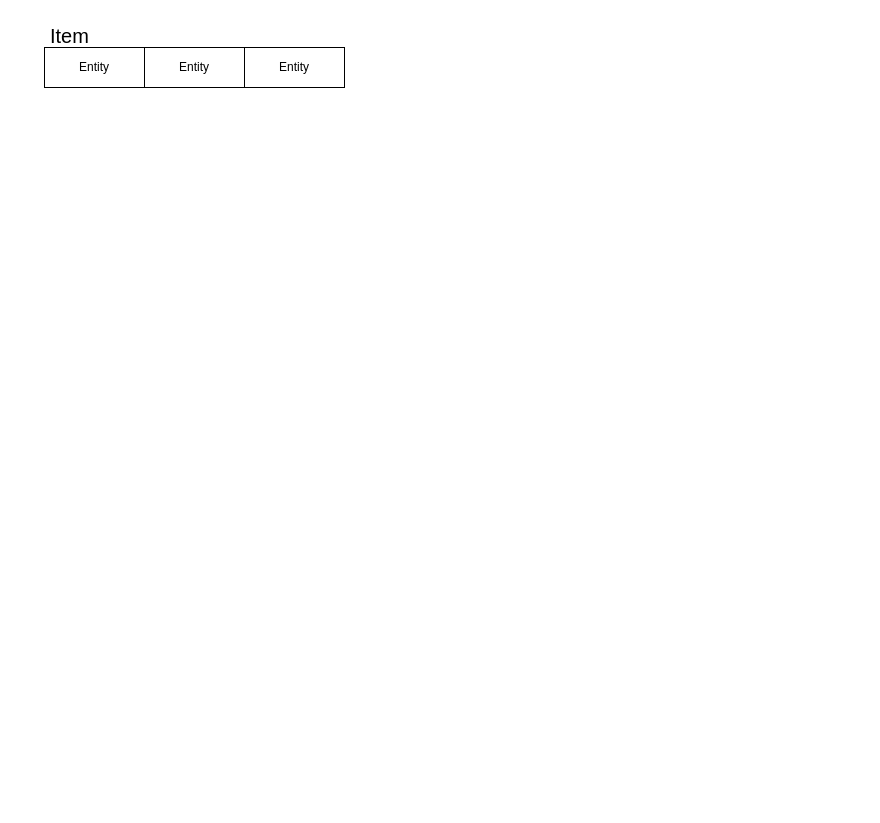
Earlier version of the draw.io diagram src/TrafficSeeIllustrativeDiagram.drawio (mariababko/TrafficSee). Source tidied: cells renumbered, new cells numbered last; positions are measured from the earlier drawing's top-left corner, leaving out a move shared by most shapes. Both pictures are drawn from the tidied source at 100%, with x=0, y=0 at pixel (44, 17).
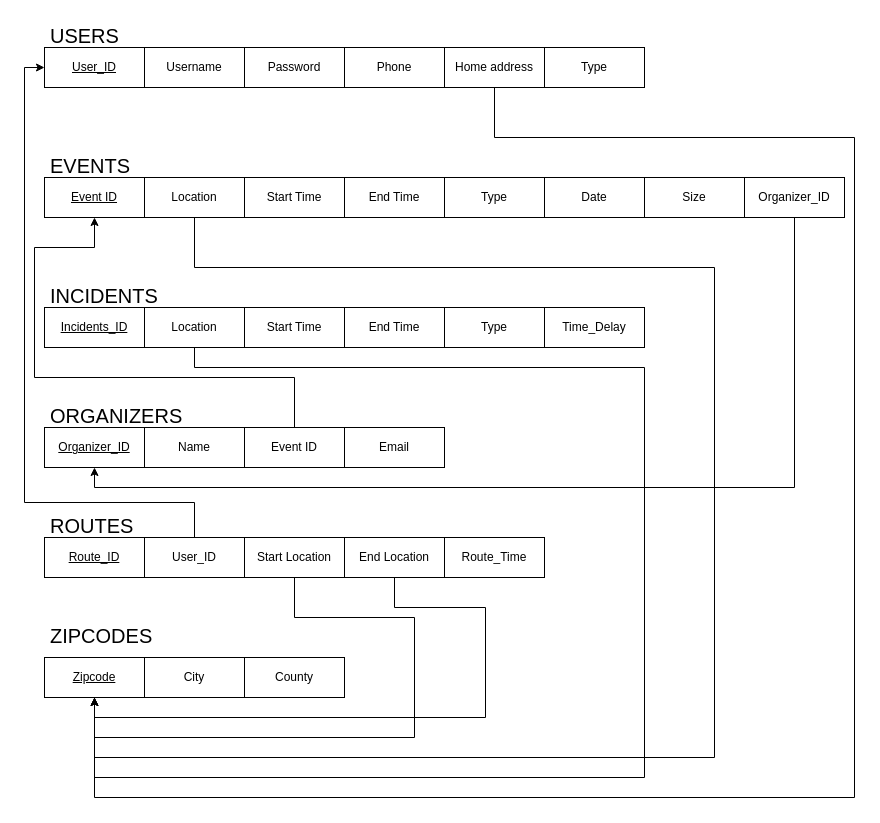
Above is the later version.

Diff of the diagram source:
```diff
@@
-    <mxCell id="2" value="Entity" style="whiteSpace=wrap;html=1;align=center;" parent="1" vertex="1">
+    <mxCell id="2" value="Username" style="whiteSpace=wrap;html=1;align=center;" parent="1" vertex="1">
       <mxGeometry x="100" y="30" width="100" height="40" as="geometry" />
     </mxCell>
-    <mxCell id="3" value="Entity" style="whiteSpace=wrap;html=1;align=center;" parent="1" vertex="1">
+    <mxCell id="3" value="&lt;u&gt;User_ID&lt;/u&gt;" style="whiteSpace=wrap;html=1;align=center;" parent="1" vertex="1">
       <mxGeometry y="30" width="100" height="40" as="geometry" />
     </mxCell>
-    <mxCell id="4" value="Entity" style="whiteSpace=wrap;html=1;align=center;" parent="1" vertex="1">
+    <mxCell id="4" value="Password" style="whiteSpace=wrap;html=1;align=center;" parent="1" vertex="1">
       <mxGeometry x="200" y="30" width="100" height="40" as="geometry" />
     </mxCell>
-    <mxCell id="5" value="Item" style="text;strokeColor=none;fillColor=none;spacingLeft=4;spacingRight=4;overflow=hidden;fontSize=20;whiteSpace=wrap;html=1;" parent="1" vertex="1">
-      <mxGeometry width="50" height="30" as="geometry" />
+    <mxCell id="5" value="USERS" style="text;strokeColor=none;fillColor=none;spacingLeft=4;spacingRight=4;overflow=hidden;fontSize=20;whiteSpace=wrap;html=1;" parent="1" vertex="1">
+      <mxGeometry width="80" height="30" as="geometry" />
     </mxCell>
+    <mxCell id="6" value="Phone" style="whiteSpace=wrap;html=1;align=center;" parent="1" vertex="1">
+      <mxGeometry x="300" y="30" width="100" height="40" as="geometry" />
+    </mxCell>
+    <mxCell id="7" style="edgeStyle=orthogonalEdgeStyle;rounded=0;jettySize=auto;html=1;" parent="1" edge="1" source="8" target="46">
+      <mxGeometry relative="1" as="geometry">
+        <Array as="points">
+          <mxPoint x="450" y="120" />
+          <mxPoint x="810" y="120" />
+          <mxPoint x="810" y="780" />
+          <mxPoint x="50" y="780" />
+        </Array>
+      </mxGeometry>
+    </mxCell>
+    <mxCell id="8" value="Home address" style="whiteSpace=wrap;html=1;align=center;" parent="1" vertex="1">
+      <mxGeometry x="400" y="30" width="100" height="40" as="geometry" />
+    </mxCell>
+    <mxCell id="9" value="Type" style="whiteSpace=wrap;html=1;align=center;" parent="1" vertex="1">
+      <mxGeometry x="500" y="30" width="100" height="40" as="geometry" />
+    </mxCell>
+    <mxCell id="10" style="edgeStyle=orthogonalEdgeStyle;rounded=0;jettySize=auto;html=1;entryX=0.5;entryY=1;entryDx=0;entryDy=0;" parent="1" edge="1" source="11" target="46">
+      <mxGeometry relative="1" as="geometry">
+        <Array as="points">
+          <mxPoint x="150" y="250" />
+          <mxPoint x="670" y="250" />
+          <mxPoint x="670" y="740" />
+          <mxPoint x="50" y="740" />
+        </Array>
+      </mxGeometry>
+    </mxCell>
+    <mxCell id="11" value="Location" style="whiteSpace=wrap;html=1;align=center;" parent="1" vertex="1">
+      <mxGeometry x="100" y="160" width="100" height="40" as="geometry" />
+    </mxCell>
+    <mxCell id="12" value="&lt;u&gt;Event ID&lt;/u&gt;" style="whiteSpace=wrap;html=1;align=center;" parent="1" vertex="1">
+      <mxGeometry y="160" width="100" height="40" as="geometry" />
+    </mxCell>
+    <mxCell id="13" value="Start Time" style="whiteSpace=wrap;html=1;align=center;" parent="1" vertex="1">
+      <mxGeometry x="200" y="160" width="100" height="40" as="geometry" />
+    </mxCell>
+    <mxCell id="14" value="EVENTS" style="text;strokeColor=none;fillColor=none;spacingLeft=4;spacingRight=4;overflow=hidden;fontSize=20;whiteSpace=wrap;html=1;" parent="1" vertex="1">
+      <mxGeometry y="130" width="100" height="30" as="geometry" />
+    </mxCell>
+    <mxCell id="15" value="End Time" style="whiteSpace=wrap;html=1;align=center;" parent="1" vertex="1">
+      <mxGeometry x="300" y="160" width="100" height="40" as="geometry" />
+    </mxCell>
+    <mxCell id="16" value="Date" style="whiteSpace=wrap;html=1;align=center;" parent="1" vertex="1">
+      <mxGeometry x="500" y="160" width="100" height="40" as="geometry" />
+    </mxCell>
+    <mxCell id="17" value="Size" style="whiteSpace=wrap;html=1;align=center;" parent="1" vertex="1">
+      <mxGeometry x="600" y="160" width="100" height="40" as="geometry" />
+    </mxCell>
+    <mxCell id="18" value="Type" style="whiteSpace=wrap;html=1;align=center;" parent="1" vertex="1">
+      <mxGeometry x="400" y="160" width="100" height="40" as="geometry" />
+    </mxCell>
+    <mxCell id="19" style="edgeStyle=orthogonalEdgeStyle;rounded=0;jettySize=auto;html=1;exitX=0.5;exitY=1;exitDx=0;exitDy=0;entryX=0.5;entryY=0;entryDx=0;entryDy=0;" parent="1" edge="1" source="20" target="46">
+      <mxGeometry relative="1" as="geometry">
+        <Array as="points">
+          <mxPoint x="150" y="350" />
+          <mxPoint x="600" y="350" />
+          <mxPoint x="600" y="760" />
+          <mxPoint x="50" y="760" />
+        </Array>
+      </mxGeometry>
+    </mxCell>
+    <mxCell id="20" value="Location" style="whiteSpace=wrap;html=1;align=center;" parent="1" vertex="1">
+      <mxGeometry x="100" y="290" width="100" height="40" as="geometry" />
+    </mxCell>
+    <mxCell id="21" value="&lt;u&gt;Incidents_ID&lt;/u&gt;" style="whiteSpace=wrap;html=1;align=center;" parent="1" vertex="1">
+      <mxGeometry y="290" width="100" height="40" as="geometry" />
+    </mxCell>
+    <mxCell id="22" value="Start Time" style="whiteSpace=wrap;html=1;align=center;" parent="1" vertex="1">
+      <mxGeometry x="200" y="290" width="100" height="40" as="geometry" />
+    </mxCell>
+    <mxCell id="23" value="INCIDENTS" style="text;strokeColor=none;fillColor=none;spacingLeft=4;spacingRight=4;overflow=hidden;fontSize=20;whiteSpace=wrap;html=1;" parent="1" vertex="1">
+      <mxGeometry y="260" width="170" height="30" as="geometry" />
+    </mxCell>
+    <mxCell id="24" value="End Time" style="whiteSpace=wrap;html=1;align=center;" parent="1" vertex="1">
+      <mxGeometry x="300" y="290" width="100" height="40" as="geometry" />
+    </mxCell>
+    <mxCell id="25" value="Type" style="whiteSpace=wrap;html=1;align=center;" parent="1" vertex="1">
+      <mxGeometry x="400" y="290" width="100" height="40" as="geometry" />
+    </mxCell>
+    <mxCell id="26" value="Name" style="whiteSpace=wrap;html=1;align=center;" parent="1" vertex="1">
+      <mxGeometry x="100" y="410" width="100" height="40" as="geometry" />
+    </mxCell>
+    <mxCell id="27" value="&lt;u&gt;Organizer_ID&lt;/u&gt;" style="whiteSpace=wrap;html=1;align=center;" parent="1" vertex="1">
+      <mxGeometry y="410" width="100" height="40" as="geometry" />
+    </mxCell>
+    <mxCell id="28" style="edgeStyle=orthogonalEdgeStyle;rounded=0;jettySize=auto;html=1;entryX=0.5;entryY=1;entryDx=0;entryDy=0;" parent="1" edge="1" source="29" target="12">
+      <mxGeometry relative="1" as="geometry">
+        <Array as="points">
+          <mxPoint x="250" y="360" />
+          <mxPoint x="-10" y="360" />
+          <mxPoint x="-10" y="230" />
+          <mxPoint x="50" y="230" />
+        </Array>
+      </mxGeometry>
+    </mxCell>
+    <mxCell id="29" value="Event ID" style="whiteSpace=wrap;html=1;align=center;" parent="1" vertex="1">
+      <mxGeometry x="200" y="410" width="100" height="40" as="geometry" />
+    </mxCell>
+    <mxCell id="30" value="ORGANIZERS" style="text;strokeColor=none;fillColor=none;spacingLeft=4;spacingRight=4;overflow=hidden;fontSize=20;whiteSpace=wrap;html=1;" parent="1" vertex="1">
+      <mxGeometry y="380" width="150" height="30" as="geometry" />
+    </mxCell>
+    <mxCell id="31" value="Email" style="whiteSpace=wrap;html=1;align=center;" parent="1" vertex="1">
+      <mxGeometry x="300" y="410" width="100" height="40" as="geometry" />
+    </mxCell>
+    <mxCell id="32" value="Organizer_ID" style="whiteSpace=wrap;html=1;align=center;" parent="1" vertex="1">
+      <mxGeometry x="700" y="160" width="100" height="40" as="geometry" />
+    </mxCell>
+    <mxCell id="33" style="edgeStyle=orthogonalEdgeStyle;rounded=0;jettySize=auto;html=1;exitX=0.5;exitY=1;exitDx=0;exitDy=0;entryX=0.5;entryY=0;entryDx=0;entryDy=0;" parent="1" edge="1" source="34" target="46">
+      <mxGeometry relative="1" as="geometry">
+        <Array as="points">
+          <mxPoint x="250" y="600" />
+          <mxPoint x="370" y="600" />
+          <mxPoint x="370" y="720" />
+          <mxPoint x="50" y="720" />
+        </Array>
+      </mxGeometry>
+    </mxCell>
+    <mxCell id="34" value="Start Location" style="whiteSpace=wrap;html=1;align=center;" parent="1" vertex="1">
+      <mxGeometry x="200" y="520" width="100" height="40" as="geometry" />
+    </mxCell>
+    <mxCell id="35" value="User_ID" style="whiteSpace=wrap;html=1;align=center;" parent="1" vertex="1">
+      <mxGeometry x="100" y="520" width="100" height="40" as="geometry" />
+    </mxCell>
+    <mxCell id="36" style="edgeStyle=orthogonalEdgeStyle;rounded=0;jettySize=auto;html=1;entryX=0.5;entryY=1;entryDx=0;entryDy=0;" parent="1" edge="1" source="37" target="46">
+      <mxGeometry relative="1" as="geometry">
+        <Array as="points">
+          <mxPoint x="350" y="590" />
+          <mxPoint x="441" y="590" />
+          <mxPoint x="441" y="700" />
+          <mxPoint x="50" y="700" />
+        </Array>
+      </mxGeometry>
+    </mxCell>
+    <mxCell id="37" value="End Location" style="whiteSpace=wrap;html=1;align=center;" parent="1" vertex="1">
+      <mxGeometry x="300" y="520" width="100" height="40" as="geometry" />
+    </mxCell>
+    <mxCell id="38" style="edgeStyle=orthogonalEdgeStyle;rounded=0;jettySize=auto;html=1;" parent="1" edge="1" source="35">
+      <mxGeometry relative="1" as="geometry">
+        <mxPoint y="50" as="targetPoint" />
+        <Array as="points">
+          <mxPoint x="150" y="485" />
+          <mxPoint x="-20" y="485" />
+          <mxPoint x="-20" y="50" />
+          <mxPoint y="50" />
+        </Array>
+      </mxGeometry>
+    </mxCell>
+    <mxCell id="39" value="ROUTES" style="text;strokeColor=none;fillColor=none;spacingLeft=4;spacingRight=4;overflow=hidden;fontSize=20;whiteSpace=wrap;html=1;" parent="1" vertex="1">
+      <mxGeometry y="490" width="150" height="30" as="geometry" />
+    </mxCell>
+    <mxCell id="40" value="Route_Time" style="whiteSpace=wrap;html=1;align=center;" parent="1" vertex="1">
+      <mxGeometry x="400" y="520" width="100" height="40" as="geometry" />
+    </mxCell>
+    <mxCell id="41" value="Time_Delay" style="whiteSpace=wrap;html=1;align=center;" parent="1" vertex="1">
+      <mxGeometry x="500" y="290" width="100" height="40" as="geometry" />
+    </mxCell>
+    <mxCell id="42" value="City" style="whiteSpace=wrap;html=1;align=center;" parent="1" vertex="1">
+      <mxGeometry x="100" y="640" width="100" height="40" as="geometry" />
+    </mxCell>
+    <mxCell id="43" value="County" style="whiteSpace=wrap;html=1;align=center;" parent="1" vertex="1">
+      <mxGeometry x="200" y="640" width="100" height="40" as="geometry" />
+    </mxCell>
+    <mxCell id="44" value="ZIPCODES" style="text;strokeColor=none;fillColor=none;spacingLeft=4;spacingRight=4;overflow=hidden;fontSize=20;whiteSpace=wrap;html=1;" parent="1" vertex="1">
+      <mxGeometry y="600" width="150" height="30" as="geometry" />
+    </mxCell>
+    <mxCell id="45" value="&lt;u&gt;Route_ID&lt;/u&gt;" style="whiteSpace=wrap;html=1;align=center;" parent="1" vertex="1">
+      <mxGeometry y="520" width="100" height="40" as="geometry" />
+    </mxCell>
+    <mxCell id="46" value="&lt;u&gt;Zipcode&lt;/u&gt;" style="whiteSpace=wrap;html=1;align=center;" parent="1" vertex="1">
+      <mxGeometry y="640" width="100" height="40" as="geometry" />
+    </mxCell>
+    <mxCell id="47" style="edgeStyle=orthogonalEdgeStyle;rounded=0;jettySize=auto;html=1;entryX=0.5;entryY=1;entryDx=0;entryDy=0;exitX=0.5;exitY=1;exitDx=0;exitDy=0;" parent="1" edge="1" source="32" target="27">
+      <mxGeometry relative="1" as="geometry">
+        <Array as="points">
+          <mxPoint x="750" y="470" />
+          <mxPoint x="50" y="470" />
+        </Array>
+      </mxGeometry>
+    </mxCell>
```
